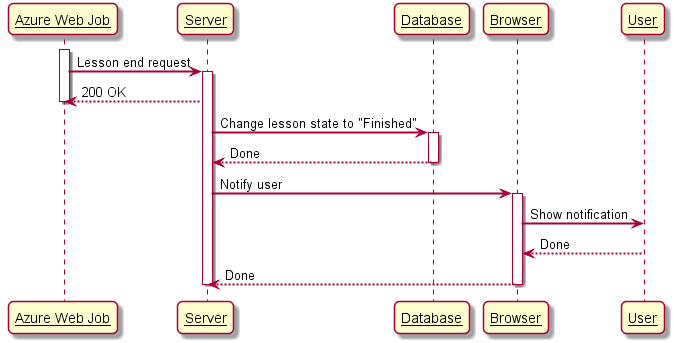
This is LessonEndSequenceDiagram.png from Alfredovec/Diploma, a PlantUML export, as it was before one commit.
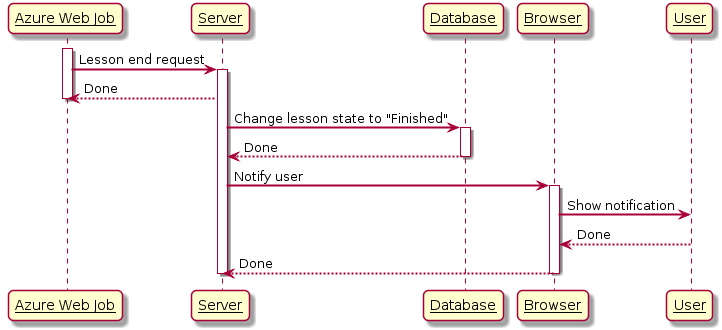
After the commit.

Diff of the diagram source:
```diff
@@ -1,5 +1,4 @@
 @startuml
-
 skinparam sequenceArrowThickness 2
 skinparam roundcorner 10
 skinparam sequenceParticipant underline
@@ -9,7 +8,7 @@
 activate Azure
 Azure -> Server: Lesson end request
 activate Server
-Server --> Azure: 200 OK
+Server --> Azure: Done
 deactivate Azure
 Server -> Database: Change lesson state to "Finished"
 activate Database
@@ -22,5 +21,4 @@
 Browser --> Server: Done
 deactivate Browser
 deactivate Server
-
 @enduml
```
